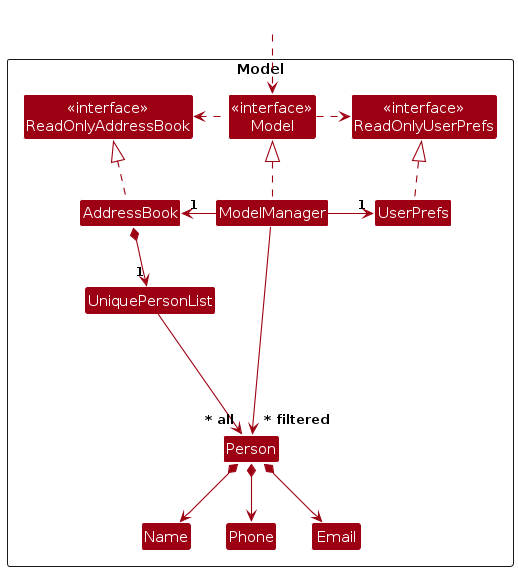
Before: diagrams/ModelClassDiagram.png, a diagram exported from PlantUML (AY2627S1-CS2103T-T15-2/tp). Its source is kept beside it as diagrams/ModelClassDiagram.puml.
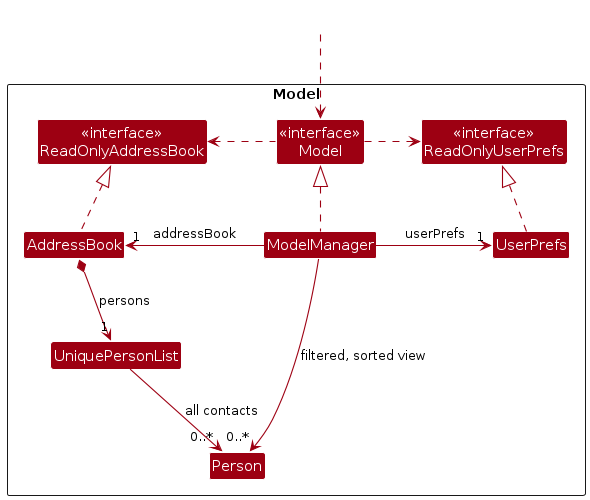
After the commit.

Diff of the diagram source:
```diff
@@ -3,8 +3,11 @@
 skinparam arrowThickness 1.1
 skinparam arrowColor MODEL_COLOR
 skinparam classBackgroundColor MODEL_COLOR
+skinparam ArrowFontStyle plain
+skinparam nodesep 55
+skinparam ranksep 65
 
-Package Model as ModelPackage <<Rectangle>>{
+Package Model as ModelPackage <<Rectangle>> {
 Class "<<interface>>\nReadOnlyAddressBook" as ReadOnlyAddressBook
 Class "<<interface>>\nReadOnlyUserPrefs" as ReadOnlyUserPrefs
 Class "<<interface>>\nModel" as Model
@@ -14,11 +17,6 @@
 
 Class UniquePersonList
 Class Person
-Class Email
-Class Name
-Class Phone
-
-Class I #FFFFFF
 }
 
 Class HiddenOutside #FFFFFF
@@ -29,21 +27,12 @@
 ModelManager .up.|> Model
 Model .right.> ReadOnlyUserPrefs
 Model .left.> ReadOnlyAddressBook
-ModelManager -left-> "1" AddressBook
-ModelManager -right-> "1" UserPrefs
+ModelManager -left-> "1" AddressBook : addressBook
+ModelManager -right-> "1" UserPrefs : userPrefs
 UserPrefs .up.|> ReadOnlyUserPrefs
 
-AddressBook *--> "1" UniquePersonList
-UniquePersonList --> "~* all" Person
-Person *--> Name
-Person *--> Phone
-Person *--> Email
+AddressBook *--> "1" UniquePersonList : persons
+UniquePersonList --> "0..*" Person : all contacts
 
-Person -[hidden]up--> I
-UniquePersonList -[hidden]right-> I
-
-Name -[hidden]right-> Phone
-Phone -[hidden]right-> Email
-
-ModelManager --> "~* filtered" Person
+ModelManager --> "0..*" Person : filtered, sorted view
 @enduml
```
